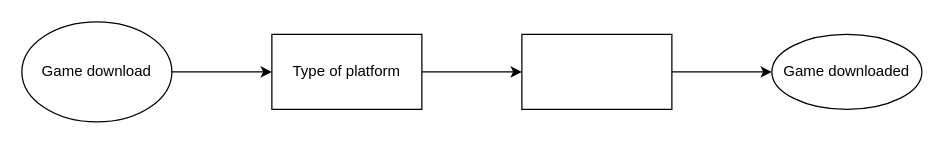
Earlier version of the draw.io diagram video_game_shop.drawio (samuelroiz/WorkFlows_storage). Source tidied: cells renumbered, new cells numbered last; positions are measured from the earlier drawing's top-left corner, leaving out a move shared by most shapes. Both pictures are drawn from the tidied source at 125%, with x=0, y=0 at pixel (21, 21).
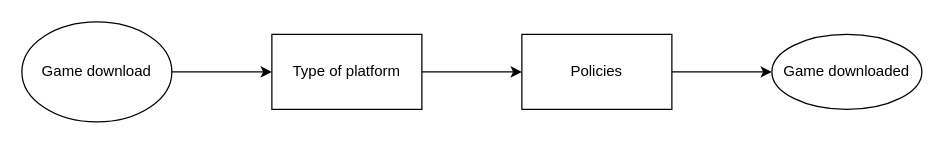
The same page after the edit.

What changed in the source:
```diff
@@
 <mxGraphModel>
   <root>
     <mxCell id="0" />
     <mxCell id="1" parent="0" />
     <mxCell id="2" style="edgeStyle=orthogonalEdgeStyle;rounded=0;jettySize=auto;html=1;" parent="1" edge="1" source="3" target="5">
       <mxGeometry relative="1" as="geometry" />
     </mxCell>
     <mxCell id="3" value="Game download" style="ellipse;whiteSpace=wrap;html=1;" parent="1" vertex="1">
       <mxGeometry width="120" height="80" as="geometry" />
     </mxCell>
     <mxCell id="4" style="edgeStyle=orthogonalEdgeStyle;rounded=0;jettySize=auto;html=1;" parent="1" edge="1" source="5" target="7">
       <mxGeometry relative="1" as="geometry" />
     </mxCell>
     <mxCell id="5" value="Type of platform" style="whiteSpace=wrap;html=1;" parent="1" vertex="1">
       <mxGeometry x="200" y="10" width="120" height="60" as="geometry" />
     </mxCell>
     <mxCell id="6" style="edgeStyle=orthogonalEdgeStyle;rounded=0;jettySize=auto;html=1;" parent="1" edge="1" source="7" target="8">
       <mxGeometry relative="1" as="geometry" />
     </mxCell>
-    <mxCell id="7" style="whiteSpace=wrap;html=1;" parent="1" vertex="1">
+    <mxCell id="7" value="Policies" style="whiteSpace=wrap;html=1;" parent="1" vertex="1">
       <mxGeometry x="400" y="10" width="120" height="60" as="geometry" />
     </mxCell>
     <mxCell id="8" value="Game downloaded" style="ellipse;whiteSpace=wrap;html=1;" parent="1" vertex="1">
       <mxGeometry x="600" y="10" width="120" height="60" as="geometry" />
     </mxCell>
   </root>
 </mxGraphModel>
```
